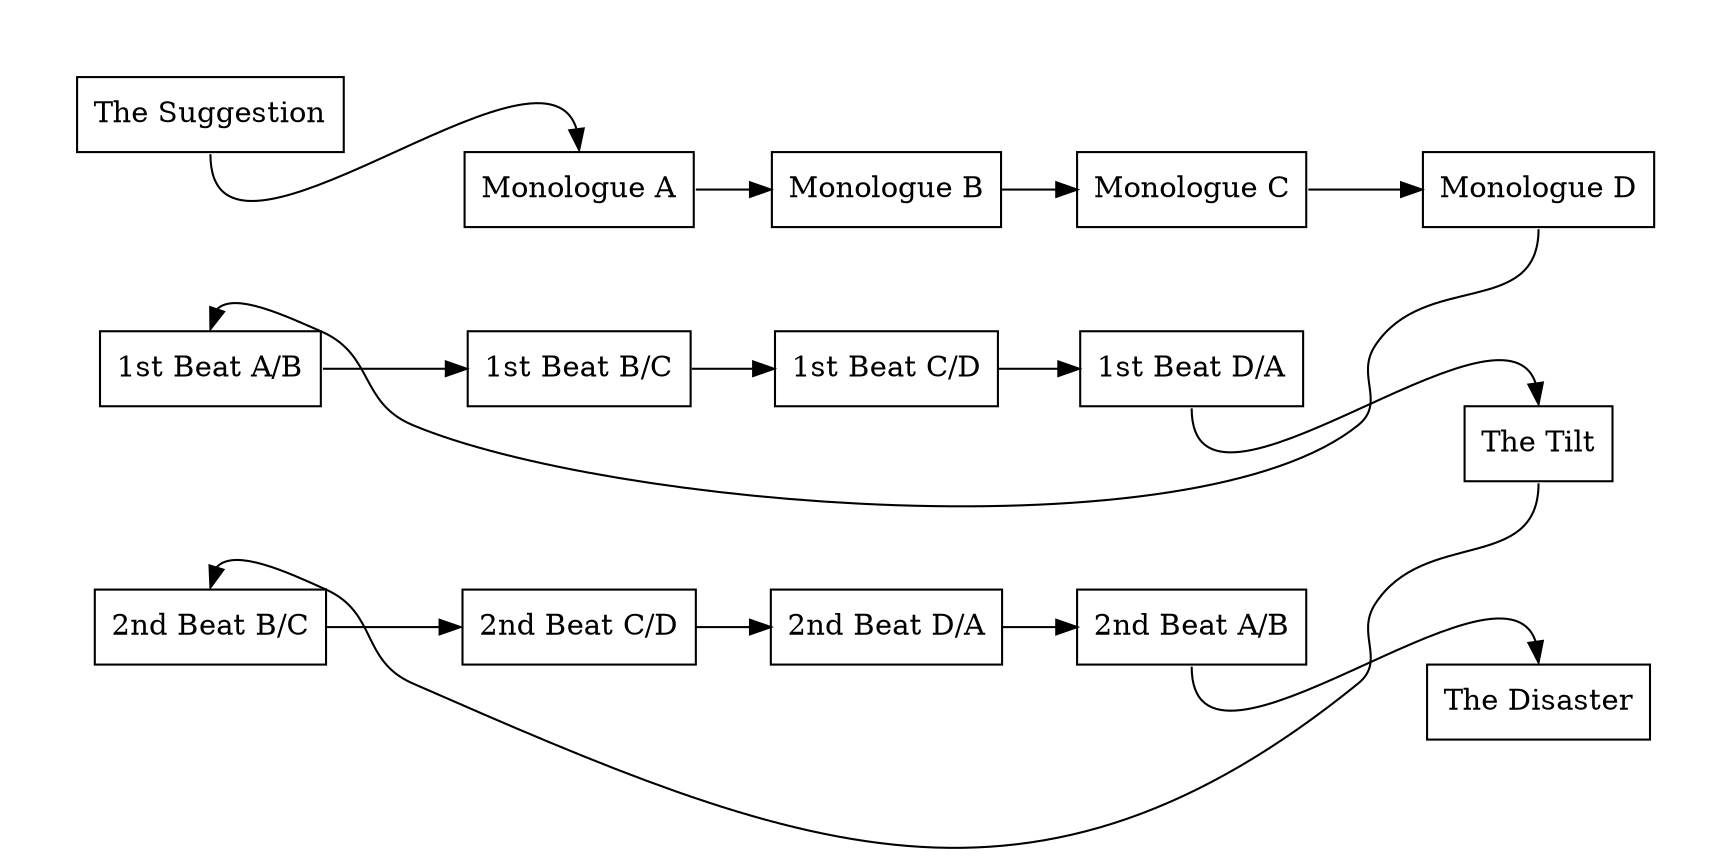
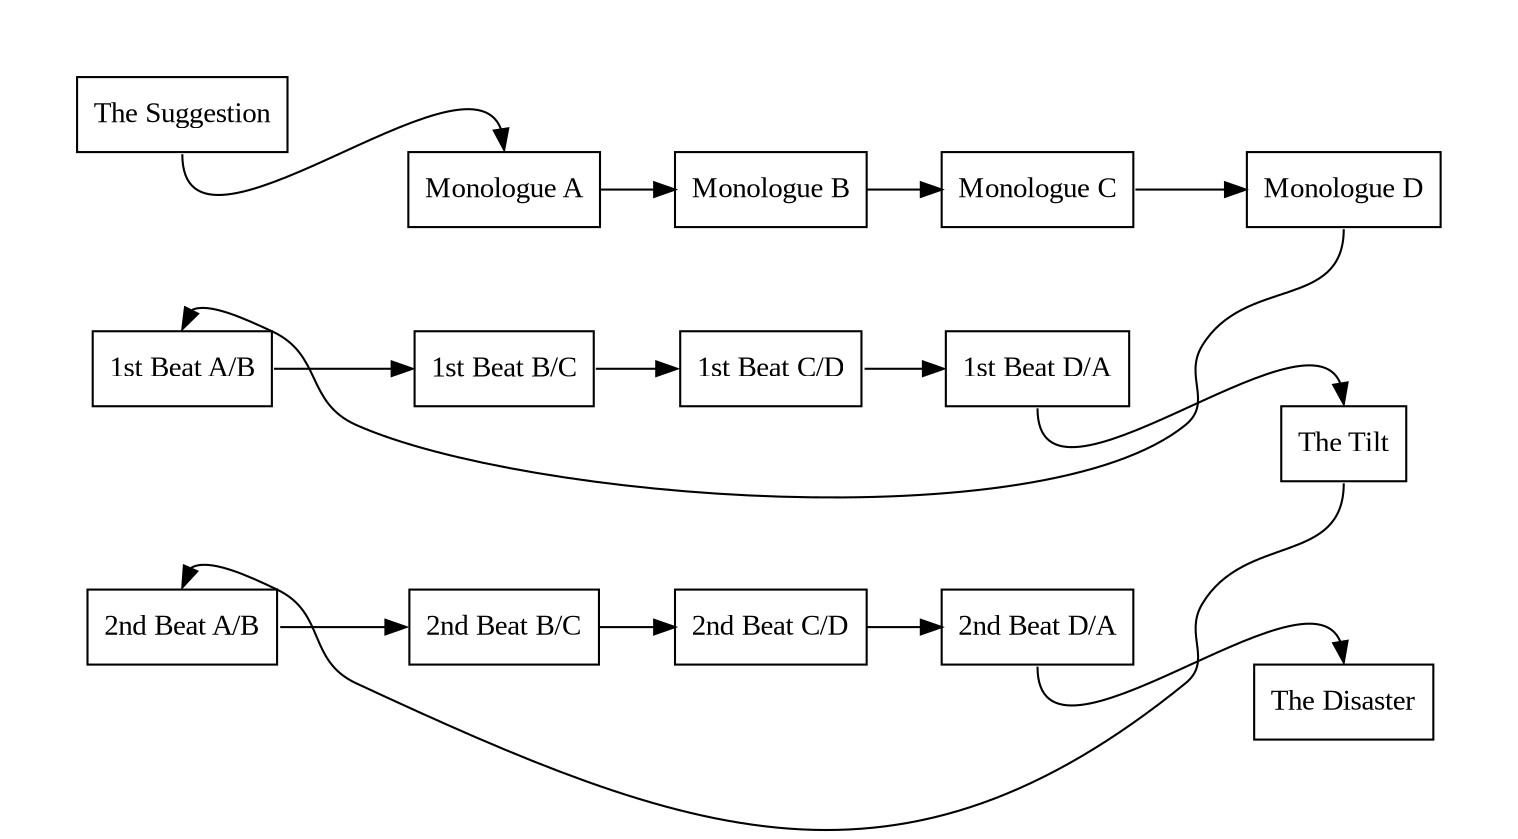
- digraph {
+ digraph strawberry_disaster {
+   node [fontname = "Tinos";];
+ 
  clusterrank = local;
  compound = true;
  layout = "dot";
  margin = 0;
  rank = "same";
  rankdir = "LR";
-   stylesheet = "./strawberry-disaster-flowchart.xslt";

  subgraph {
    cluster = true;
    margin = 25;
    style = invis;

    sg [label = "The Suggestion";shape = rect;id = "sg";];
  }

  sg:s -> m1:n;

  subgraph {
    cluster = true;
    margin = 25;
    style = invis;

    m1 [label = "Monologue A";shape = rect;id = "m1";];
    m2 [label = "Monologue B";shape = rect;id = "m2";];
    m3 [label = "Monologue C";shape = rect;id = "m3";];
    m4 [label = "Monologue D";shape = rect;id = "m4";];
  }

  m1:e -> m2:w;
  m2:e -> m3:w;
  m3:e -> m4:w;

  subgraph {
    cluster = true;
    margin = 25;
    style = invis;

    fb1 [label = "1st Beat A/B";shape = rect;id = "fb1";];
    fb2 [label = "1st Beat B/C";shape = rect;id = "fb2";];
    fb3 [label = "1st Beat C/D";shape = rect;id = "fb3";];
    fb4 [label = "1st Beat D/A";shape = rect;id = "fb4";];
  }

  m4:s -> fb1:n [constraint = false;];

  fb1:e -> fb2:w;
  fb2:e -> fb3:w;
  fb3:e -> fb4:w;

  subgraph {
    cluster = true;
    margin = 25;
    style = invis;

    tt [label = "The Tilt";shape = rect;id = "tt";];
  }

  fb4:s -> tt:n;

  subgraph {
    cluster = true;
    margin = 25;
    style = invis;

-     sb1 [label = "2nd Beat B/C";shape = rect;id = "sb1";];
-     sb2 [label = "2nd Beat C/D";shape = rect;id = "sb1";];
-     sb3 [label = "2nd Beat D/A";shape = rect;id = "sb1";];
-     sb4 [label = "2nd Beat A/B";shape = rect;id = "sb1";];
+     sb1 [label = "2nd Beat A/B";shape = rect;id = "sb1";];
+     sb2 [label = "2nd Beat B/C";shape = rect;id = "sb1";];
+     sb3 [label = "2nd Beat C/D";shape = rect;id = "sb1";];
+     sb4 [label = "2nd Beat D/A";shape = rect;id = "sb1";];
  }

  tt:s -> sb1:n [constraint = false;];

  sb1:e -> sb2:w;
  sb2:e -> sb3:w;
  sb3:e -> sb4:w;

  subgraph {
    cluster = true;
    margin = 25;
    style = invis;

    td [label = "The Disaster";shape = rect;id = "td";];
  }

  sb4:s -> td:n;
}